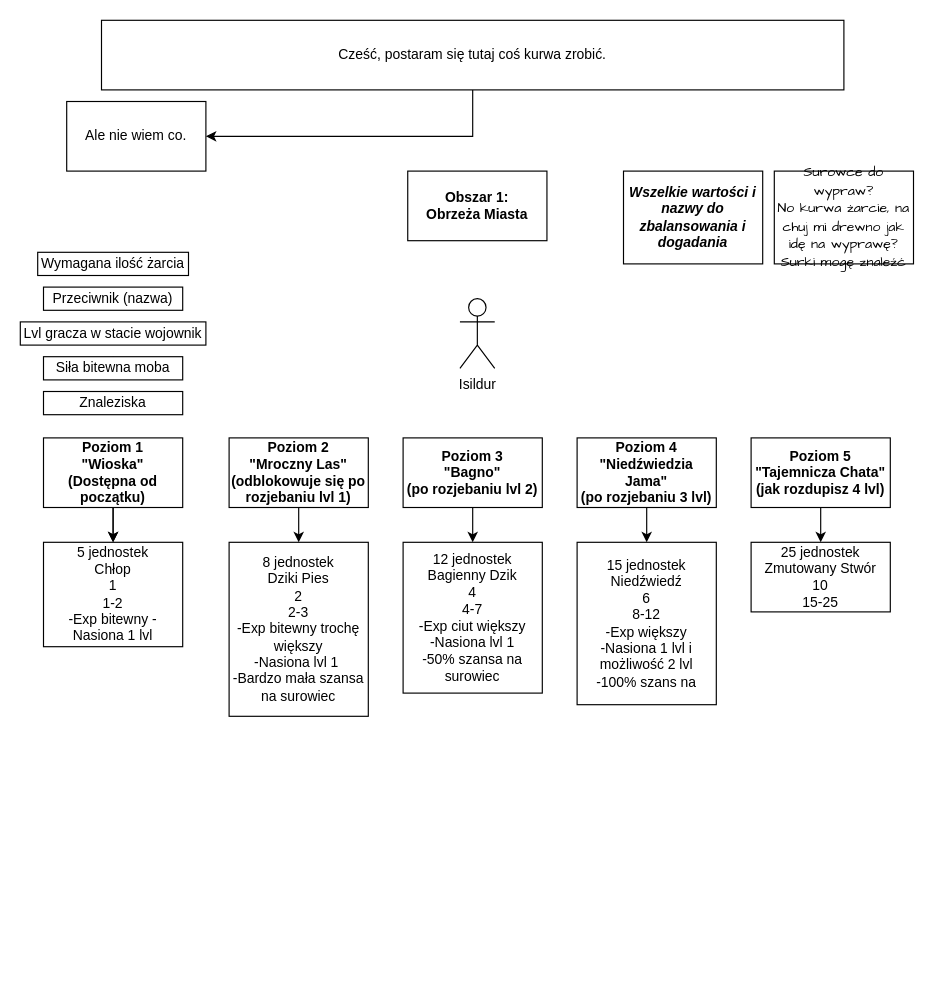
piotreczek5/GameChanger keeps this draw.io diagram as page "Propozycje Faziego" (9 of 9) of gameChanger.drawio. Above is the earlier version. Source tidied: cells renumbered, new cells numbered last; positions are measured from the earlier drawing's top-left corner, leaving out a move shared by most shapes. Both pictures are drawn from the tidied source at 116%, with x=0, y=0 at pixel (20, 20).
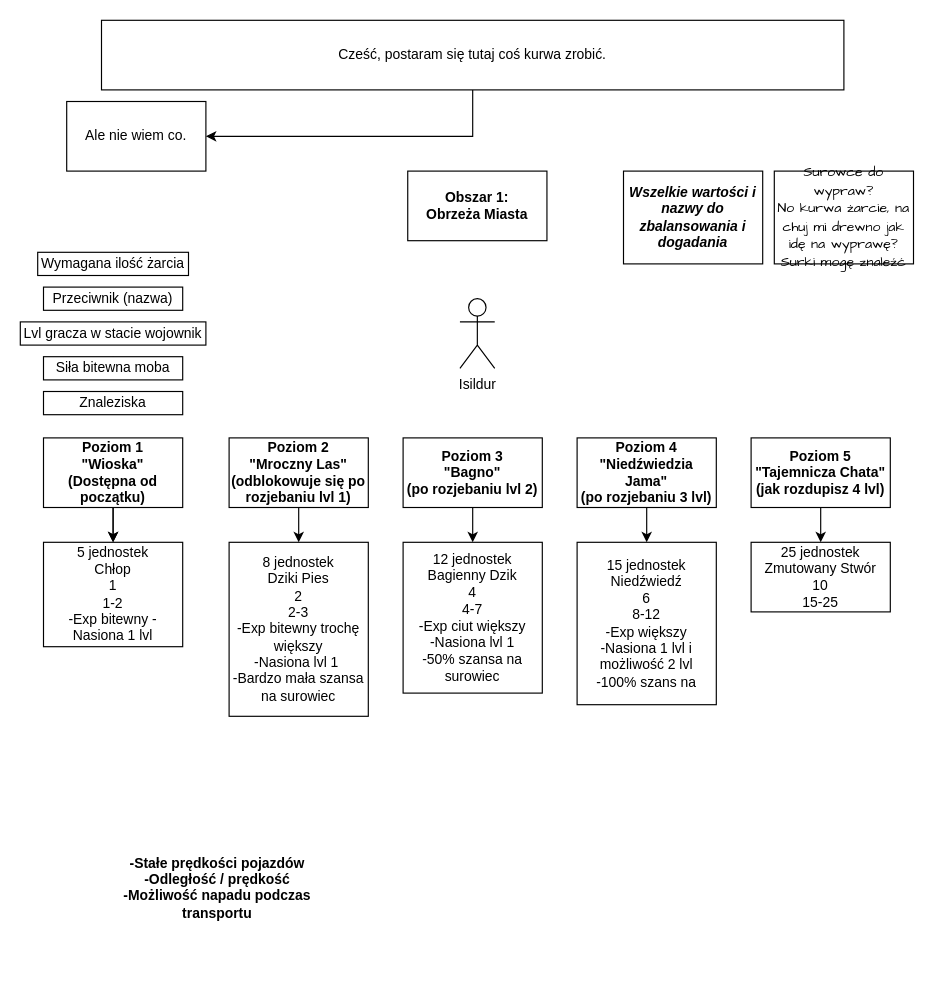
Above is the later version.

The edit, as a diff of the source:
```diff
@@
+    <mxCell id="31" value="&lt;b&gt;-Stałe prędkości pojazdów&lt;br&gt;-Odległość / prędkość&lt;br&gt;-Możliwość napadu podczas transportu&lt;br&gt;&lt;br&gt;&lt;/b&gt;" style="text;html=1;strokeColor=none;fillColor=none;align=center;verticalAlign=middle;whiteSpace=wrap;rounded=0;" parent="1" vertex="1">
+      <mxGeometry x="60" y="690" width="220" height="130" as="geometry" />
+    </mxCell>
```
